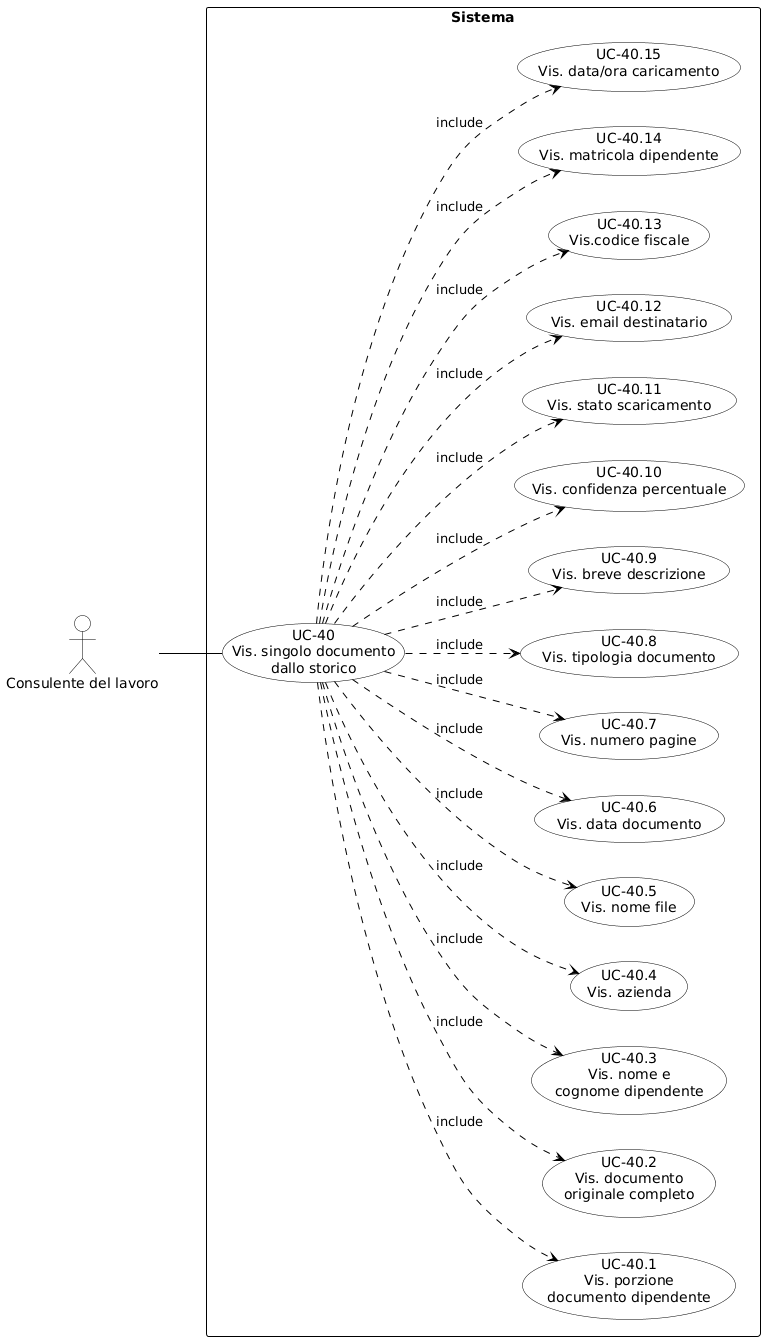
aLittleByte-19/Documentazione keeps this PlantUML diagram as RTB/Analisi dei Requisiti/diagrammi_use_case/UC-40.png. Above is the earlier version.
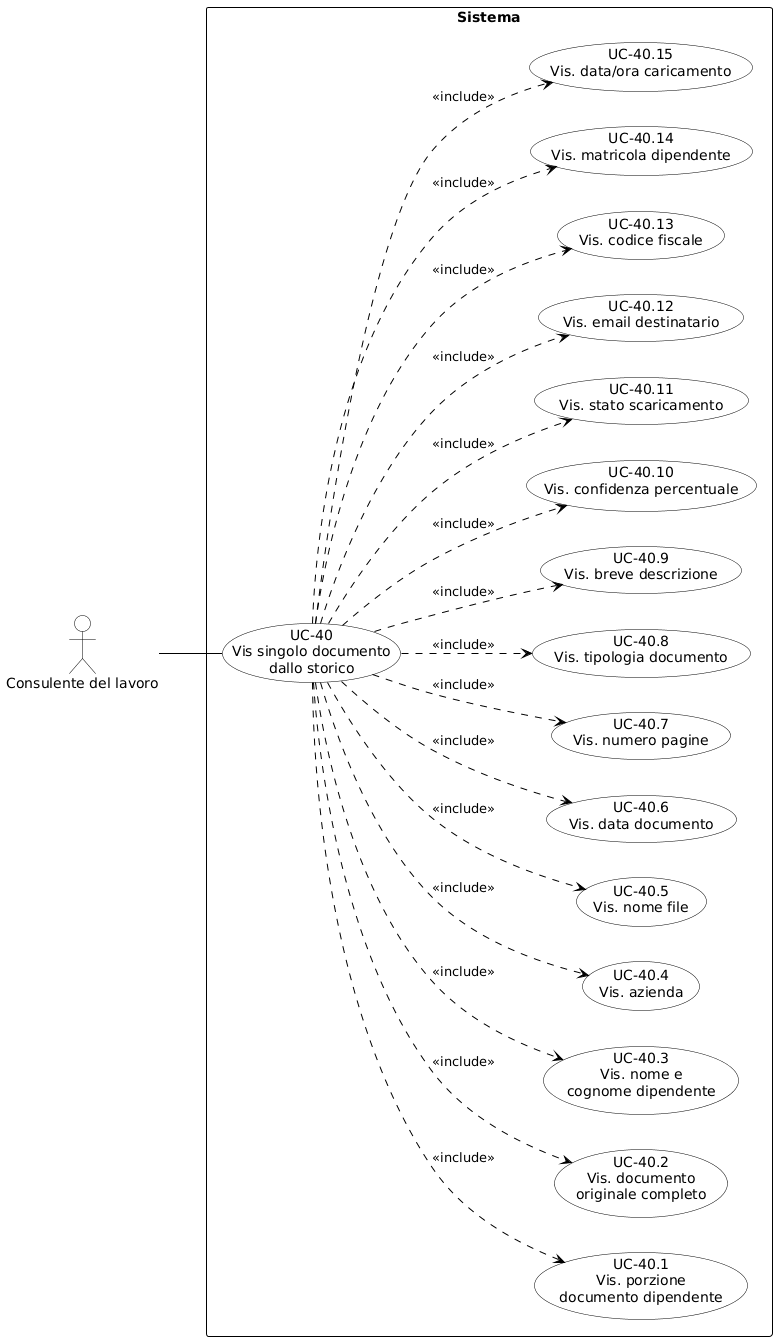
The same file after the commit.

Change to the diagram source:
```diff
@@ -20,7 +20,7 @@
 actor "Consulente del lavoro" as cdl
 
 rectangle "Sistema" {
-    usecase "UC-40\nVis. singolo documento\ndallo storico" as UC40
+    usecase "UC-40\nVis singolo documento\ndallo storico" as UC40
 
     usecase "UC-40.1\nVis. porzione\ndocumento dipendente" as UC40_1
     usecase "UC-40.2\nVis. documento\noriginale completo" as UC40_2
@@ -34,25 +34,25 @@
     usecase "UC-40.10\nVis. confidenza percentuale" as UC40_10
     usecase "UC-40.11\nVis. stato scaricamento" as UC40_11
     usecase "UC-40.12\nVis. email destinatario" as UC40_12
-    usecase "UC-40.13\nVis.codice fiscale" as UC40_13
+    usecase "UC-40.13\nVis. codice fiscale" as UC40_13
     usecase "UC-40.14\nVis. matricola dipendente" as UC40_14
     usecase "UC-40.15\nVis. data/ora caricamento" as UC40_15
 
-    UC40 .down.> UC40_1 : «include»
-    UC40 .down.> UC40_2 : «include»
-    UC40 .down.> UC40_3 : «include»
-    UC40 .down.> UC40_4 : «include»
-    UC40 .down.> UC40_5 : «include»
-    UC40 .down.> UC40_6 : «include»
-    UC40 .down.> UC40_7 : «include»
-    UC40 .down.> UC40_8 : «include»
-    UC40 .down.> UC40_9 : «include»
-    UC40 .down.> UC40_10 : «include»
-    UC40 .down.> UC40_11 : «include»
-    UC40 .down.> UC40_12 : «include»
-    UC40 .down.> UC40_13 : «include»
-    UC40 .down.> UC40_14 : «include»
-    UC40 .down.> UC40_15 : «include»
+    UC40 .down.> UC40_1 : \n«include»
+    UC40 .down.> UC40_2 : \n«include»
+    UC40 .down.> UC40_3 : \n«include»
+    UC40 .down.> UC40_4 : \n«include»
+    UC40 .down.> UC40_5 : \n«include»
+    UC40 .down.> UC40_6 : \n«include»
+    UC40 .down.> UC40_7 : \n«include»
+    UC40 .down.> UC40_8 : \n«include»
+    UC40 .down.> UC40_9 : \n«include»
+    UC40 .down.> UC40_10 : \n«include»
+    UC40 .down.> UC40_11 : \n«include»
+    UC40 .down.> UC40_12 : \n«include»
+    UC40 .down.> UC40_13 : \n«include»
+    UC40 .down.> UC40_14 : \n«include»
+    UC40 .down.> UC40_15 : \n«include»
 }
 
 cdl -- UC40
```
